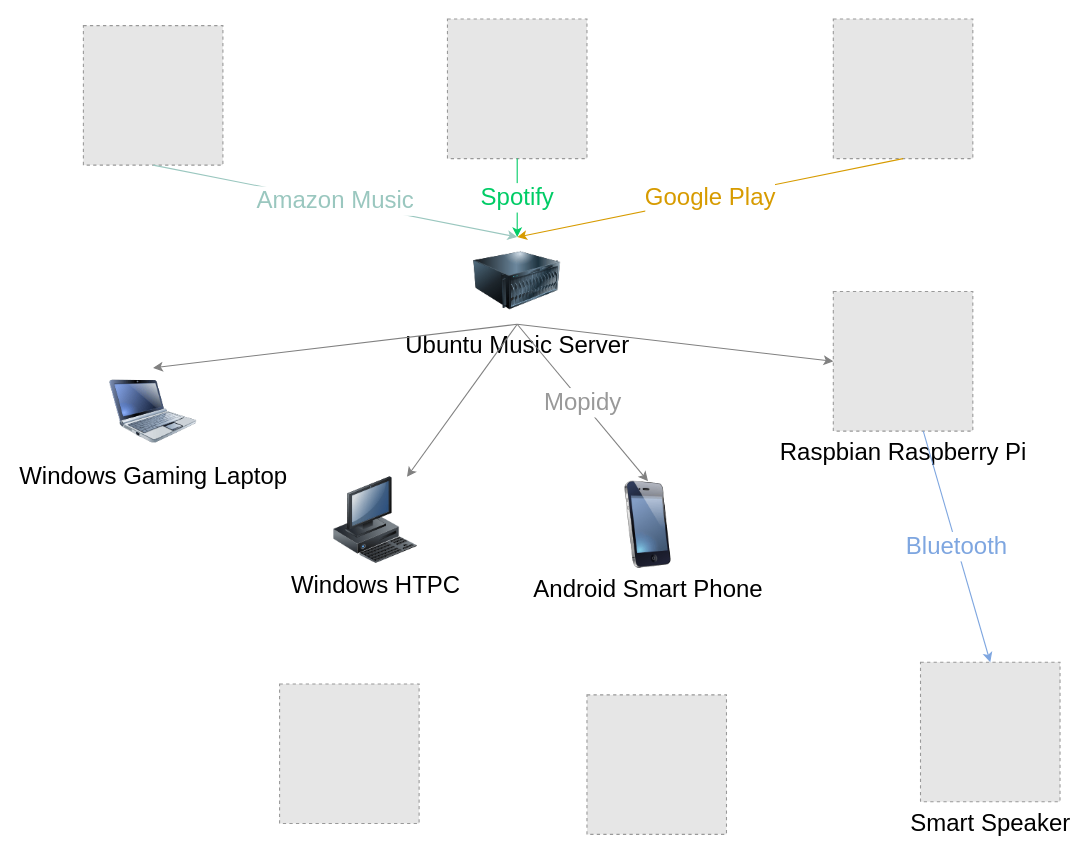
This is Music Streaming Service.drawio from syedrali/architecture, a draw.io file, before an edit. Source tidied: cells renumbered, new cells numbered last; positions are measured from the earlier drawing's top-left corner, leaving out a move shared by most shapes. Both pictures are drawn from the tidied source at 109%, with x=0, y=0 at pixel (83, 19). Pictures stored in the file or linked from it are replaced by grey dashed boxes.
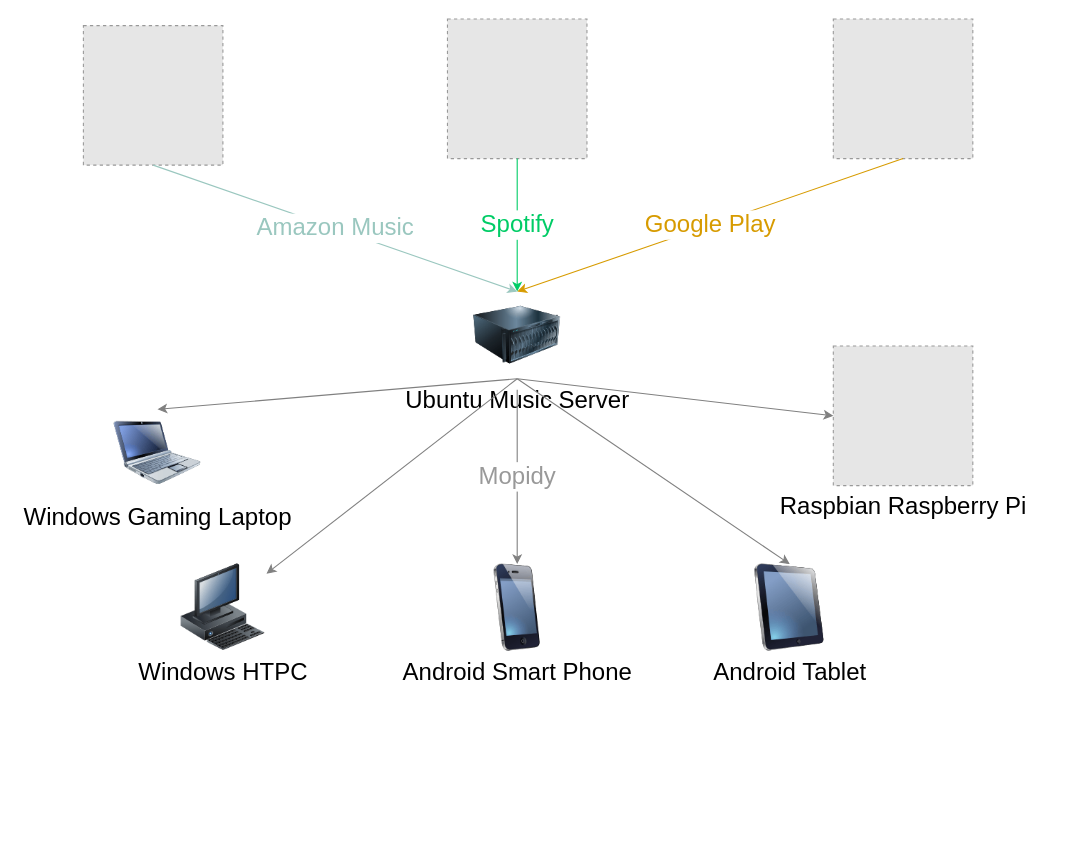
After the change.

What changed in the source:
```diff
@@
+    <mxCell id="21" value="Android Tablet&lt;br&gt;" style="image;html=1;labelBackgroundColor=#ffffff;image=img/lib/clip_art/computers/iPad_128x128.png;rounded=1;shadow=0;comic=0;strokeColor=#000000;strokeWidth=2;fillColor=#FFFFFF;fontSize=22;fontColor=#000000;" parent="1" vertex="1">
+      <mxGeometry x="608" y="500" width="80" height="80" as="geometry" />
+    </mxCell>
     <mxCell id="2" value="Windows HTPC" style="image;html=1;labelBackgroundColor=#ffffff;image=img/lib/clip_art/computers/Workstation_128x128.png;rounded=1;shadow=0;comic=0;strokeColor=#000000;strokeWidth=2;fillColor=#FFFFFF;fontSize=22;fontColor=#000000;" parent="1" vertex="1">
-      <mxGeometry x="228" y="420" width="80" height="80" as="geometry" />
+      <mxGeometry x="88" y="499.9" width="80" height="80" as="geometry" />
     </mxCell>
     <mxCell id="3" value="Android Smart Phone" style="image;html=1;labelBackgroundColor=#ffffff;image=img/lib/clip_art/telecommunication/iPhone_128x128.png;rounded=1;shadow=0;comic=0;strokeColor=#000000;strokeWidth=2;fillColor=#FFFFFF;fontSize=22;fontColor=#000000;" parent="1" vertex="1">
-      <mxGeometry x="478" y="424" width="80" height="80" as="geometry" />
+      <mxGeometry x="358" y="500" width="80" height="80" as="geometry" />
     </mxCell>
     <mxCell id="4" value="Windows Gaming Laptop" style="image;html=1;labelBackgroundColor=#ffffff;image=img/lib/clip_art/computers/Netbook_128x128.png;rounded=1;shadow=0;comic=0;strokeColor=#000000;strokeWidth=2;fillColor=#FFFFFF;fontSize=22;fontColor=#000000;" parent="1" vertex="1">
-      <mxGeometry x="24" y="320" width="80" height="80" as="geometry" />
+      <mxGeometry x="28" y="358" width="80" height="80" as="geometry" />
     </mxCell>
     <mxCell id="5" value="&lt;font style=&quot;font-size: 22px&quot;&gt;Ubuntu Music Server&lt;br&gt;&lt;/font&gt;" style="image;html=1;labelBackgroundColor=#ffffff;image=img/lib/clip_art/computers/Server_128x128.png;" parent="1" vertex="1">
-      <mxGeometry x="358" y="200" width="80" height="80" as="geometry" />
+      <mxGeometry x="358" y="250" width="80" height="80" as="geometry" />
     </mxCell>
@@
-    <mxCell id="8" value="&lt;font style=&quot;font-size: 22px&quot;&gt;Mopidy&lt;/font&gt;" style="endArrow=classic;html=1;entryX=0.5;entryY=0;entryDx=0;entryDy=0;fontColor=#999999;strokeColor=#808080;exitX=0.5;exitY=1;exitDx=0;exitDy=0;" parent="1" edge="1" source="5" target="3">
-      <mxGeometry relative="1" as="geometry" />
+    <mxCell id="8" value="&lt;font style=&quot;font-size: 22px&quot;&gt;Mopidy&lt;/font&gt;" style="endArrow=classic;html=1;entryX=0.5;entryY=0;entryDx=0;entryDy=0;fontColor=#999999;strokeColor=#808080;" parent="1" edge="1" target="3">
+      <mxGeometry relative="1" as="geometry">
+        <mxPoint x="398" y="340" as="sourcePoint" />
+      </mxGeometry>
     </mxCell>
+    <mxCell id="22" style="endArrow=classic;html=1;entryX=0.5;entryY=0;entryDx=0;entryDy=0;exitX=0.5;exitY=1;exitDx=0;exitDy=0;fontColor=#999999;strokeColor=#808080;" parent="1" edge="1" source="5" target="21">
+      <mxGeometry relative="1" as="geometry" />
+    </mxCell>
@@
     <mxCell id="15" value="&lt;font style=&quot;font-size: 22px&quot; color=&quot;#000000&quot;&gt;Raspbian Raspberry Pi&lt;/font&gt;" style="fillColor=#E6E6E6;strokeColor=#999999;dashed=1;html=1;verticalAlign=top;verticalLabelPosition=bottom;labelBackgroundColor=#ffffff;fontSize=22;fontColor=#D79B00;" parent="1" vertex="1">
-      <mxGeometry x="688" y="250" width="128" height="128" as="geometry" />
+      <mxGeometry x="688" y="300" width="128" height="128" as="geometry" />
     </mxCell>
@@
-    <mxCell id="17" value="&lt;font color=&quot;#000000&quot; style=&quot;font-size: 22px&quot;&gt;Smart Speaker&lt;/font&gt;" style="fillColor=#E6E6E6;strokeColor=#999999;dashed=1;html=1;verticalAlign=top;verticalLabelPosition=bottom;labelBackgroundColor=#ffffff;fontSize=11;fontColor=#D79B00;" parent="1" vertex="1">
-      <mxGeometry x="768" y="590" width="128" height="128" as="geometry" />
-    </mxCell>
-    <mxCell id="18" value="Bluetooth&lt;br&gt;" style="endArrow=classic;html=1;fontColor=#7EA6E0;strokeColor=#7EA6E0;entryX=0.5;entryY=0;entryDx=0;entryDy=0;fontSize=22;" parent="1" edge="1" source="15" target="17">
-      <mxGeometry relative="1" as="geometry" />
-    </mxCell>
-    <mxCell id="19" style="fillColor=#E6E6E6;strokeColor=#999999;dashed=1;html=1;verticalAlign=top;verticalLabelPosition=bottom;labelBackgroundColor=#ffffff;fontSize=22;fontColor=#7EA6E0;" parent="1" vertex="1">
-      <mxGeometry x="462" y="620" width="128" height="128" as="geometry" />
-    </mxCell>
-    <mxCell id="20" style="fillColor=#E6E6E6;strokeColor=#999999;dashed=1;html=1;verticalAlign=top;verticalLabelPosition=bottom;labelBackgroundColor=#ffffff;fontSize=22;fontColor=#7EA6E0;" parent="1" vertex="1">
-      <mxGeometry x="180" y="610" width="128" height="128" as="geometry" />
-    </mxCell>
```
